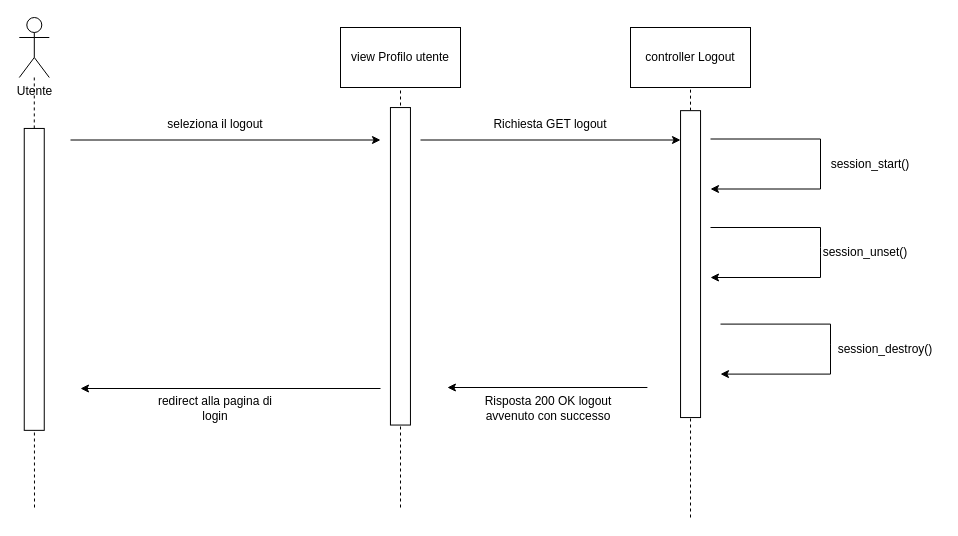
The draw.io diagram schemi/user/logout utente.drawio in Mute491/bitByte, before the edit. Source tidied: cells renumbered, new cells numbered last; positions are measured from the earlier drawing's top-left corner, leaving out a move shared by most shapes. Both pictures are drawn from the tidied source at 100%, with x=0, y=0 at pixel (-117, 17).
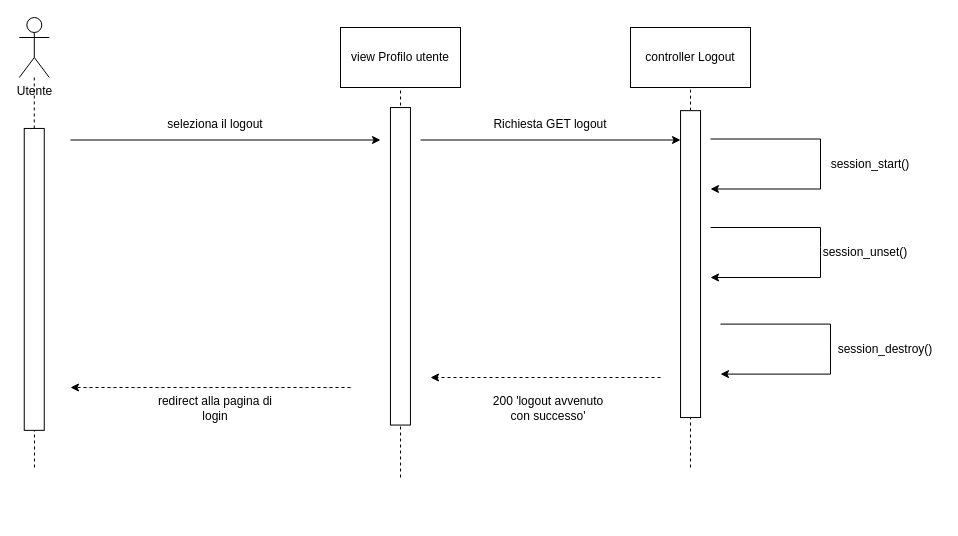
The same page after the edit.

Unchanged cells that the change refers to:
```xml
<mxCell id="8" value="view Profilo utente" style="rounded=0;whiteSpace=wrap;html=1;" parent="1" vertex="1">
  <mxGeometry x="457" y="10" width="120" height="60" as="geometry" />
</mxCell>
<mxCell id="13" style="rounded=0;whiteSpace=wrap;html=1;rotation=90;" parent="1" vertex="1">
  <mxGeometry x="-0.2" y="251.9" width="301.9" height="20" as="geometry" />
</mxCell>
<mxCell id="22" style="rounded=0;whiteSpace=wrap;html=1;rotation=90;" parent="1" vertex="1">
  <mxGeometry x="653.6" y="236.6" width="306.9" height="20" as="geometry" />
</mxCell>
```

Change to the diagram source:
```diff
@@
     <mxCell id="9" style="endArrow=none;dashed=1;html=1;rounded=0;entryX=0.5;entryY=1;entryDx=0;entryDy=0;" parent="1" edge="1" target="8">
       <mxGeometry relative="1" as="geometry">
-        <mxPoint x="517" y="490" as="sourcePoint" />
+        <mxPoint x="517" y="460" as="sourcePoint" />
       </mxGeometry>
     </mxCell>
-    <mxCell id="10" style="endArrow=classic;html=1;rounded=0;" parent="1" edge="1">
-      <mxGeometry relative="1" as="geometry">
-        <mxPoint x="763.9" y="370" as="sourcePoint" />
-        <mxPoint x="563.9" y="370" as="targetPoint" />
-      </mxGeometry>
-    </mxCell>
-    <mxCell id="11" value="Risposta 200 OK logout avvenuto con successo" style="text;html=1;align=center;verticalAlign=middle;whiteSpace=wrap;rounded=0;" parent="1" vertex="1">
+    <mxCell id="11" value="200 'logout avvenuto con successo'" style="text;html=1;align=center;verticalAlign=middle;whiteSpace=wrap;rounded=0;" parent="1" vertex="1">
       <mxGeometry x="600.1" y="376" width="130" height="30" as="geometry" />
     </mxCell>
     <mxCell id="12" style="endArrow=none;dashed=1;html=1;rounded=0;" parent="1" edge="1" target="13">
       <mxGeometry relative="1" as="geometry">
-        <mxPoint x="151" y="490" as="sourcePoint" />
+        <mxPoint x="151" y="450" as="sourcePoint" />
         <Array as="points">
           <mxPoint x="150.8" y="301" />
         </Array>
       </mxGeometry>
     </mxCell>
@@
-    <mxCell id="16" style="endArrow=classic;html=1;rounded=0;" parent="1" edge="1">
-      <mxGeometry relative="1" as="geometry">
-        <mxPoint x="497" y="371" as="sourcePoint" />
-        <mxPoint x="197" y="371" as="targetPoint" />
-      </mxGeometry>
-    </mxCell>
@@
     <mxCell id="21" style="endArrow=none;dashed=1;html=1;rounded=0;" parent="1" edge="1" target="22">
       <mxGeometry relative="1" as="geometry">
-        <mxPoint x="807" y="500" as="sourcePoint" />
+        <mxPoint x="807" y="450" as="sourcePoint" />
       </mxGeometry>
     </mxCell>
@@
+    <mxCell id="27" style="html=1;labelBackgroundColor=#ffffff;startArrow=none;startFill=0;startSize=6;endArrow=classic;endFill=1;endSize=6;jettySize=auto;orthogonalLoop=1;strokeWidth=1;dashed=1;fontSize=14;rounded=0;" parent="1" edge="1">
+      <mxGeometry relative="1" as="geometry">
+        <mxPoint x="467" y="370" as="sourcePoint" />
+        <mxPoint x="187" y="370" as="targetPoint" />
+      </mxGeometry>
+    </mxCell>
+    <mxCell id="28" style="html=1;labelBackgroundColor=#ffffff;startArrow=none;startFill=0;startSize=6;endArrow=classic;endFill=1;endSize=6;jettySize=auto;orthogonalLoop=1;strokeWidth=1;dashed=1;fontSize=14;rounded=0;" parent="1" edge="1">
+      <mxGeometry relative="1" as="geometry">
+        <mxPoint x="777" y="360" as="sourcePoint" />
+        <mxPoint x="547" y="360" as="targetPoint" />
+      </mxGeometry>
+    </mxCell>
```
